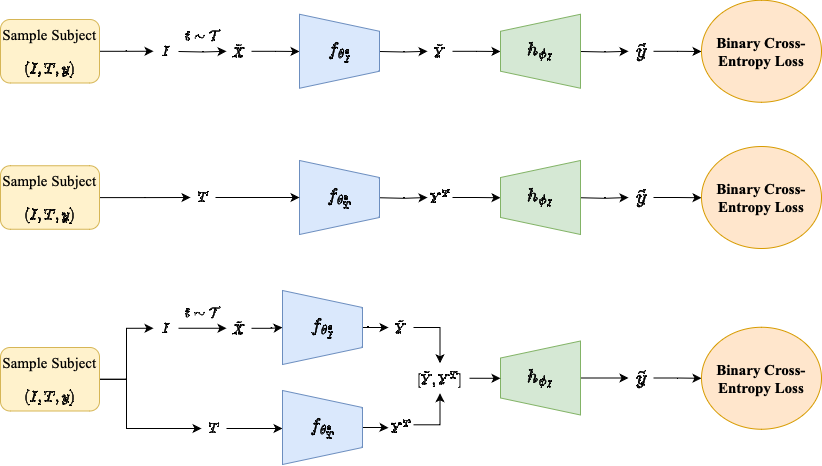
Above: fine-tuning.drawio.png in Vivano/amal-project (draw.io), before the change. Source tidied: cells renumbered, new cells last; positions are measured from the earlier drawing's top-left corner, leaving out a move shared by most shapes.
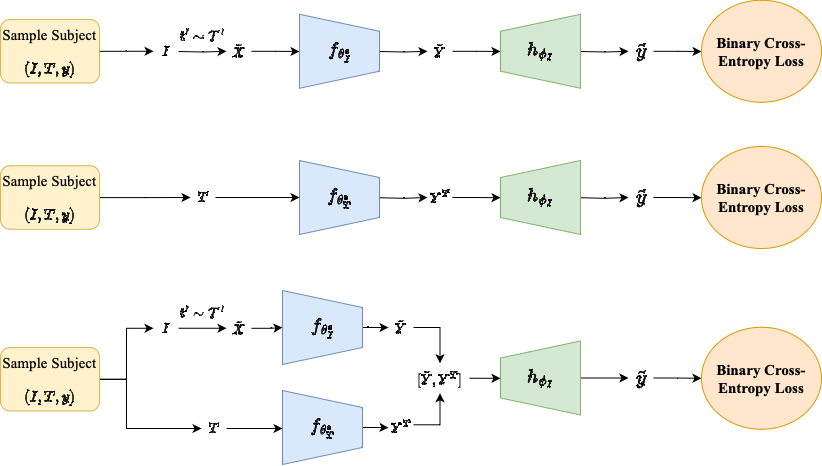
After the commit.

Commit message:
Mettre à jour fine-tuning.drawio.png

Diff of the diagram source:
```diff
@@ -86,7 +86,7 @@
     <mxCell id="23" value="$$Y^T$$" style="text;html=1;strokeColor=none;fillColor=none;align=center;verticalAlign=middle;whiteSpace=wrap;rounded=0;" parent="1" vertex="1">
       <mxGeometry x="388" y="412.2" width="25" height="30" as="geometry" />
     </mxCell>
-    <mxCell id="24" value="$$t\sim\mathcal{T}$$" style="text;html=1;strokeColor=none;fillColor=none;align=center;verticalAlign=middle;whiteSpace=wrap;rounded=0;" parent="1" vertex="1">
+    <mxCell id="24" value="$$t'\sim\mathcal{T'}$$" style="text;html=1;strokeColor=none;fillColor=none;align=center;verticalAlign=middle;whiteSpace=wrap;rounded=0;" parent="1" vertex="1">
       <mxGeometry x="190" y="298" width="25" height="30" as="geometry" />
     </mxCell>
     <mxCell id="25" style="edgeStyle=orthogonalEdgeStyle;rounded=0;jettySize=auto;html=1;" parent="1" edge="1" target="27">
@@ -128,7 +128,7 @@
     <mxCell id="33" value="$$\tilde{y}$$" style="text;html=1;strokeColor=none;fillColor=none;align=center;verticalAlign=middle;whiteSpace=wrap;rounded=0;fontSize=17;" parent="1" vertex="1">
       <mxGeometry x="628" y="35.8" width="25" height="30" as="geometry" />
     </mxCell>
-    <mxCell id="34" value="$$t\sim\mathcal{T}$$" style="text;html=1;strokeColor=none;fillColor=none;align=center;verticalAlign=middle;whiteSpace=wrap;rounded=0;" parent="1" vertex="1">
+    <mxCell id="34" value="$$t'\sim\mathcal{T'}$$" style="text;html=1;strokeColor=none;fillColor=none;align=center;verticalAlign=middle;whiteSpace=wrap;rounded=0;" parent="1" vertex="1">
       <mxGeometry x="190" y="21" width="25" height="30" as="geometry" />
     </mxCell>
     <mxCell id="35" value="&lt;span style=&quot;font-size: 16px;&quot;&gt;$$f_{\theta_I^*}$$&lt;/span&gt;" style="verticalLabelPosition=middle;verticalAlign=middle;html=1;shape=trapezoid;perimeter=trapezoidPerimeter;whiteSpace=wrap;size=0.23;arcSize=10;flipV=1;labelPosition=center;align=center;labelBackgroundColor=none;fillColor=#dae8fc;labelBorderColor=none;strokeColor=#6c8ebf;direction=south;fontSize=16;" parent="1" vertex="1">
```
